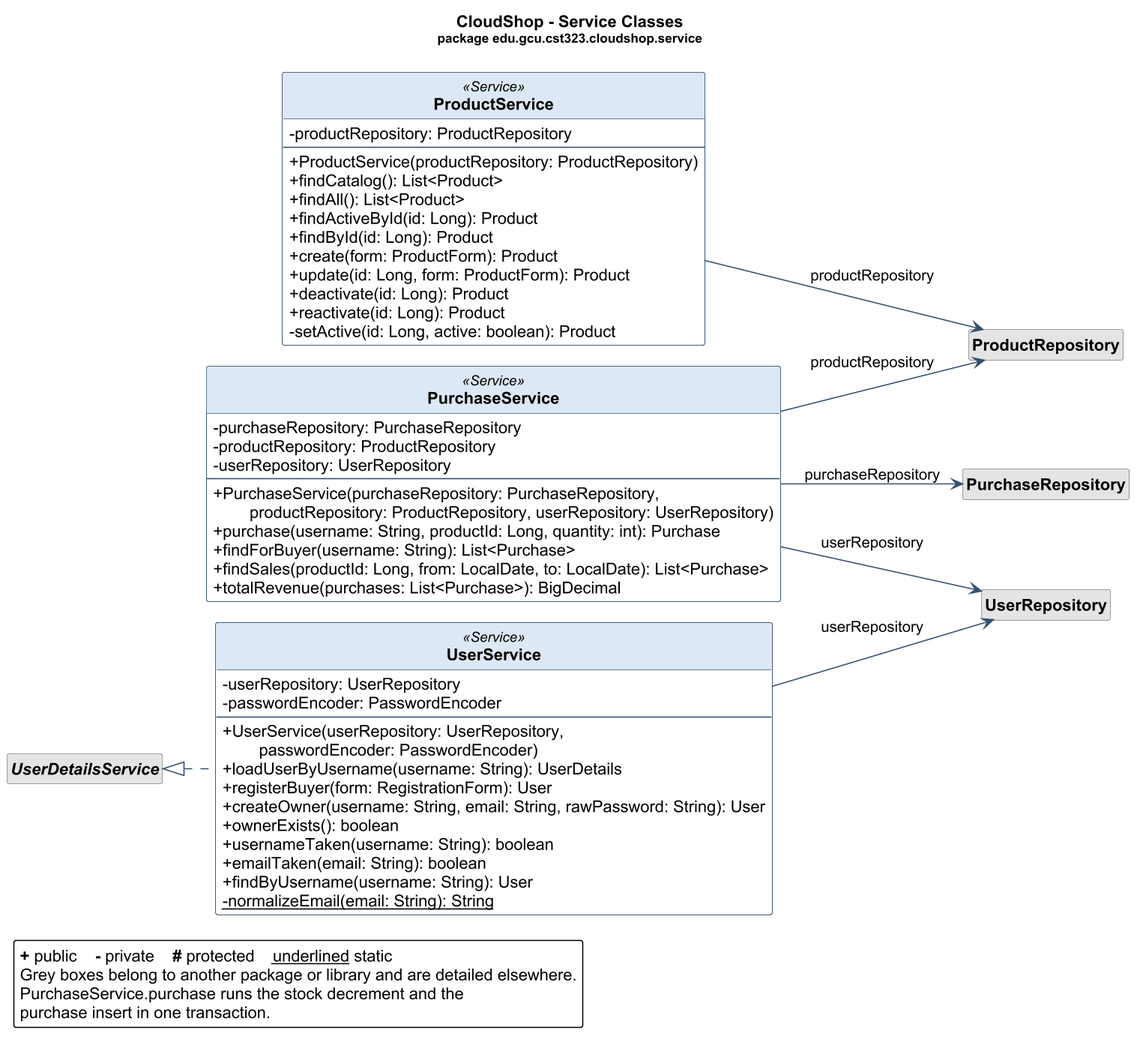
Above: docs/diagrams/uml-services.png in dimijimz/cst-323-cloudshop (PlantUML), before the change.
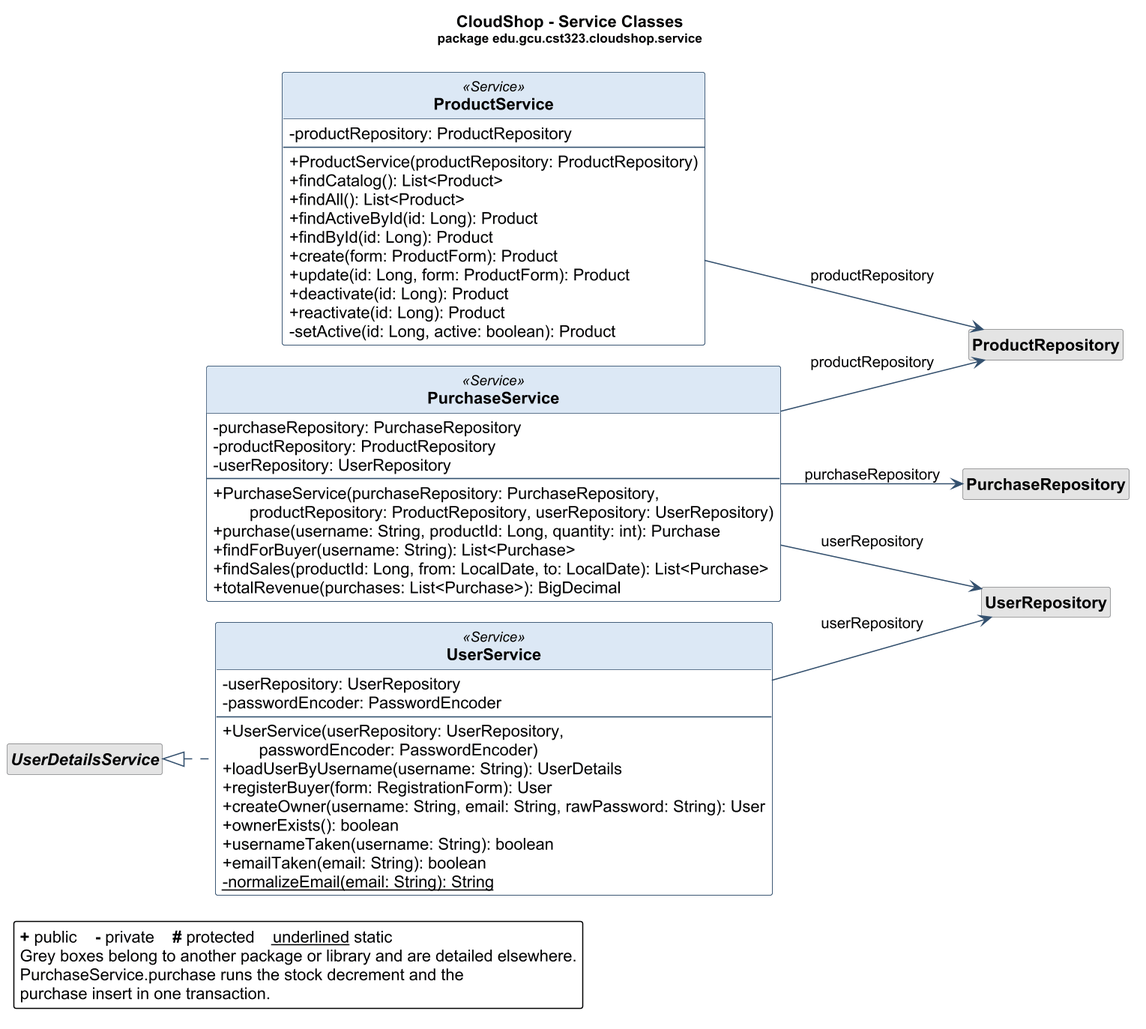
After the change.

Change to the diagram source:
```diff
@@ -60,7 +60,6 @@
     + ownerExists(): boolean
     + usernameTaken(username: String): boolean
     + emailTaken(email: String): boolean
-    + findByUsername(username: String): User
     - {static} normalizeEmail(email: String): String
 }
 
```
